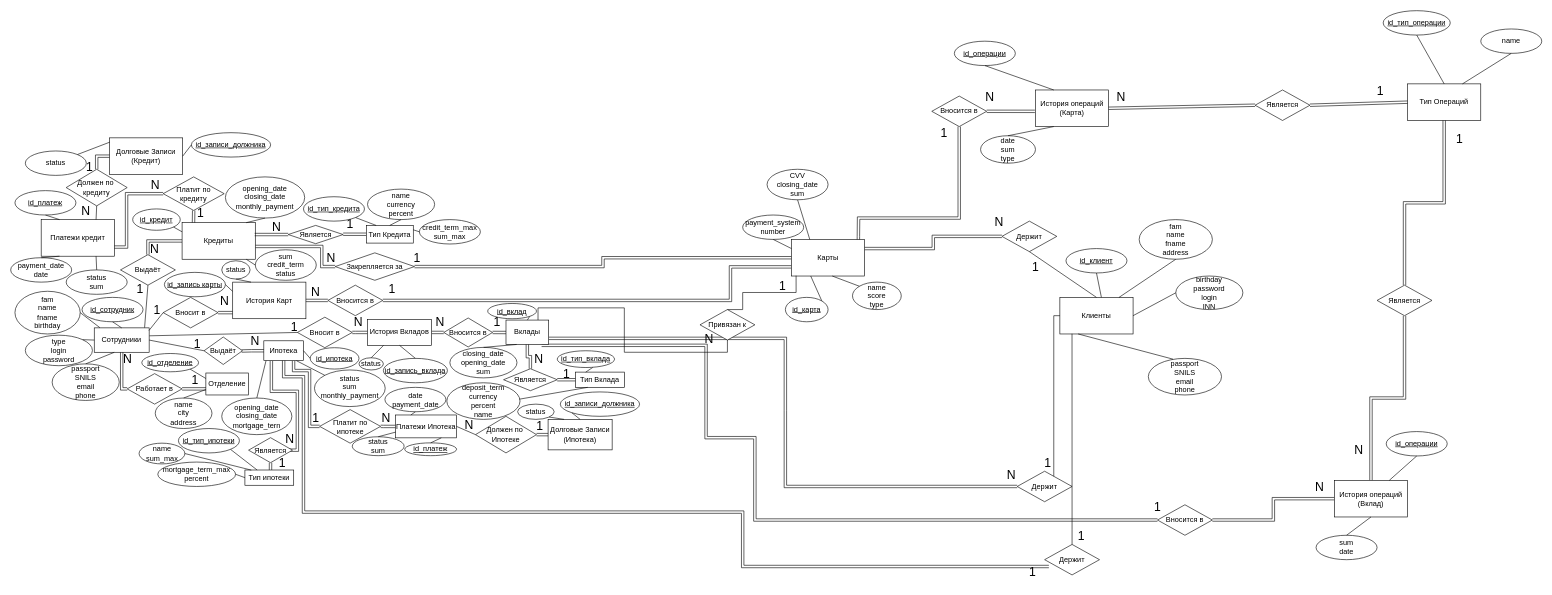
Before: Копия концептуальной с удалением внешних коючей.drawio in tssergeev/lflflflf, a draw.io diagram. Source tidied: cells renumbered, new cells numbered last; positions are measured from the earlier drawing's top-left corner, leaving out a move shared by most shapes. Both pictures are drawn from the tidied source at 61%, with x=0, y=0 at pixel (10, 10).
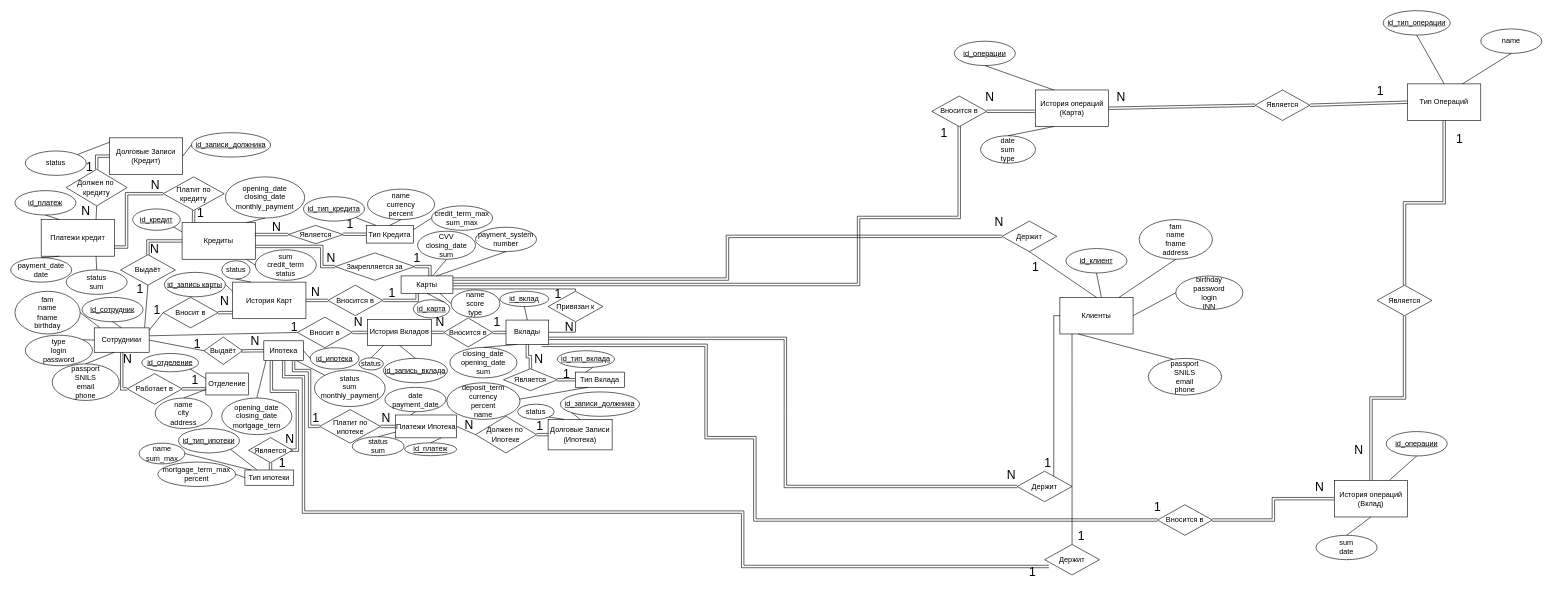
After the change.

The change refers to these unchanged cells:
```xml
<mxCell id="98" value="Вклады" style="rounded=0;whiteSpace=wrap;html=1;" parent="1" vertex="1">
  <mxGeometry x="812" y="507.2" width="70" height="40" as="geometry" />
</mxCell>
<mxCell id="117" value="Вносится в" style="rhombus;whiteSpace=wrap;html=1;" parent="1" vertex="1">
  <mxGeometry x="520" y="450" width="90" height="50" as="geometry" />
</mxCell>
<mxCell id="119" value="Закрепляется за" style="rhombus;whiteSpace=wrap;html=1;" parent="1" vertex="1">
  <mxGeometry x="532" y="397" width="130" height="45" as="geometry" />
</mxCell>
<mxCell id="132" value="Вносится в" style="rhombus;whiteSpace=wrap;html=1;" parent="1" vertex="1">
  <mxGeometry x="1510" y="140" width="90" height="50" as="geometry" />
</mxCell>
<mxCell id="142" value="Держит" style="rhombus;whiteSpace=wrap;html=1;" parent="1" vertex="1">
  <mxGeometry x="1625" y="345" width="90" height="50" as="geometry" />
</mxCell>
```

What changed in the source:
```diff
@@
     <mxCell id="41" value="credit_term_max&lt;br&gt;sum_max" style="ellipse;whiteSpace=wrap;html=1;" parent="1" vertex="1">
-      <mxGeometry x="670" y="342.5" width="100" height="40" as="geometry" />
+      <mxGeometry x="690" y="320" width="100" height="40" as="geometry" />
     </mxCell>
@@
-    <mxCell id="97" style="edgeStyle=orthogonalEdgeStyle;rounded=0;jettySize=auto;html=1;exitX=0.75;exitY=0;exitDx=0;exitDy=0;entryX=0.5;entryY=1;entryDx=0;entryDy=0;endArrow=none;endFill=0;" parent="1" edge="1" source="98" target="223">
-      <mxGeometry relative="1" as="geometry" />
+    <mxCell id="97" style="edgeStyle=orthogonalEdgeStyle;rounded=0;jettySize=auto;html=1;exitX=1;exitY=0.5;exitDx=0;exitDy=0;entryX=0.5;entryY=1;entryDx=0;entryDy=0;endArrow=none;endFill=0;" parent="1" edge="1" source="98" target="223">
+      <mxGeometry relative="1" as="geometry">
+        <Array as="points">
+          <mxPoint x="902" y="527" />
+          <mxPoint x="926" y="527" />
+        </Array>
+      </mxGeometry>
     </mxCell>
@@
     <mxCell id="100" value="&lt;u&gt;id_вклад&lt;/u&gt;" style="ellipse;whiteSpace=wrap;html=1;" parent="1" vertex="1">
-      <mxGeometry x="782" y="480" width="80" height="25" as="geometry" />
+      <mxGeometry x="802" y="460" width="80" height="25" as="geometry" />
     </mxCell>
@@
-    <mxCell id="102" style="endArrow=none;html=1;rounded=0;entryX=0.5;entryY=0;entryDx=0;entryDy=0;exitX=1;exitY=1;exitDx=0;exitDy=0;" parent="1" edge="1" source="100" target="98">
+    <mxCell id="102" style="endArrow=none;html=1;rounded=0;entryX=0.5;entryY=0;entryDx=0;entryDy=0;exitX=0.5;exitY=1;exitDx=0;exitDy=0;" parent="1" edge="1" source="100" target="98">
       <mxGeometry relative="1" as="geometry" />
     </mxCell>
@@
-    <mxCell id="116" style="edgeStyle=orthogonalEdgeStyle;rounded=0;jettySize=auto;html=1;exitX=1;exitY=0.5;exitDx=0;exitDy=0;entryX=0;entryY=0.75;entryDx=0;entryDy=0;shape=link;" parent="1" edge="1" source="117" target="120">
+    <mxCell id="116" style="edgeStyle=orthogonalEdgeStyle;rounded=0;jettySize=auto;html=1;exitX=1;exitY=0.5;exitDx=0;exitDy=0;entryX=0.31;entryY=0.984;entryDx=0;entryDy=0;shape=link;entryPerimeter=0;" parent="1" edge="1" source="117" target="120">
       <mxGeometry relative="1" as="geometry">
         <Array as="points">
-          <mxPoint x="1180" y="475" />
-          <mxPoint x="1180" y="420" />
+          <mxPoint x="666" y="475" />
         </Array>
       </mxGeometry>
     </mxCell>
@@
-    <mxCell id="118" style="edgeStyle=orthogonalEdgeStyle;rounded=0;jettySize=auto;html=1;entryX=0;entryY=0.5;entryDx=0;entryDy=0;shape=link;" parent="1" edge="1" source="119" target="120">
-      <mxGeometry relative="1" as="geometry" />
-    </mxCell>
@@
     <mxCell id="120" value="Карты" style="rounded=0;whiteSpace=wrap;html=1;" parent="1" vertex="1">
-      <mxGeometry x="1280" y="375" width="120" height="60" as="geometry" />
+      <mxGeometry x="640" y="434.8" width="85" height="28.5" as="geometry" />
     </mxCell>
     <mxCell id="121" value="&lt;font style=&quot;font-size: 20px;&quot;&gt;1&lt;/font&gt;" style="text;html=1;align=center;verticalAlign=middle;strokeColor=none;fillColor=none;" parent="1" vertex="1">
-      <mxGeometry x="610" y="435" width="30" height="40" as="geometry" />
+      <mxGeometry x="610" y="442" width="30" height="40" as="geometry" />
     </mxCell>
@@
+    <mxCell id="118" style="edgeStyle=orthogonalEdgeStyle;rounded=0;jettySize=auto;html=1;entryX=0.557;entryY=0.012;entryDx=0;entryDy=0;exitX=1;exitY=0.5;exitDx=0;exitDy=0;shape=link;entryPerimeter=0;" parent="1" edge="1" source="119" target="120">
+      <mxGeometry relative="1" as="geometry">
+        <Array as="points">
+          <mxPoint x="687" y="419" />
+        </Array>
+      </mxGeometry>
+    </mxCell>
@@
     <mxCell id="124" value="payment_system&lt;br&gt;number" style="ellipse;whiteSpace=wrap;html=1;" parent="1" vertex="1">
-      <mxGeometry x="1200" y="335" width="100" height="40" as="geometry" />
+      <mxGeometry x="762" y="355" width="100" height="40" as="geometry" />
     </mxCell>
     <mxCell id="125" value="CVV&lt;br&gt;closing_date&lt;br&gt;sum" style="ellipse;whiteSpace=wrap;html=1;" parent="1" vertex="1">
-      <mxGeometry x="1240" y="260" width="100" height="50" as="geometry" />
+      <mxGeometry x="667" y="361.5" width="95" height="46" as="geometry" />
     </mxCell>
     <mxCell id="126" value="name&lt;br&gt;score&lt;br&gt;type" style="ellipse;whiteSpace=wrap;html=1;" parent="1" vertex="1">
-      <mxGeometry x="1380" y="445" width="80" height="45" as="geometry" />
+      <mxGeometry x="722" y="457.8" width="80" height="45" as="geometry" />
     </mxCell>
-    <mxCell id="127" style="rounded=0;jettySize=auto;html=1;exitX=1;exitY=0;exitDx=0;exitDy=0;endArrow=none;endFill=0;entryX=0.263;entryY=1;entryDx=0;entryDy=0;entryPerimeter=0;" parent="1" edge="1" source="128" target="120">
+    <mxCell id="127" style="rounded=0;jettySize=auto;html=1;exitX=1;exitY=0;exitDx=0;exitDy=0;endArrow=none;endFill=0;entryX=0.5;entryY=1;entryDx=0;entryDy=0;" parent="1" edge="1" source="128" target="120">
       <mxGeometry relative="1" as="geometry" />
     </mxCell>
     <mxCell id="128" value="id_карта" style="ellipse;whiteSpace=wrap;html=1;fontStyle=4;" parent="1" vertex="1">
-      <mxGeometry x="1270" y="470" width="70" height="40" as="geometry" />
+      <mxGeometry x="660" y="473.8" width="60" height="30" as="geometry" />
     </mxCell>
-    <mxCell id="129" style="endArrow=none;html=1;rounded=0;entryX=0;entryY=0.25;entryDx=0;entryDy=0;exitX=0.5;exitY=1;exitDx=0;exitDy=0;" parent="1" edge="1" source="124" target="120">
+    <mxCell id="129" style="endArrow=none;html=1;rounded=0;entryX=0.673;entryY=0.016;entryDx=0;entryDy=0;exitX=0.5;exitY=1;exitDx=0;exitDy=0;entryPerimeter=0;" parent="1" edge="1" source="124" target="120">
       <mxGeometry relative="1" as="geometry" />
     </mxCell>
-    <mxCell id="130" style="endArrow=none;html=1;rounded=0;entryX=0.25;entryY=0;entryDx=0;entryDy=0;exitX=0.5;exitY=1;exitDx=0;exitDy=0;" parent="1" edge="1" source="125" target="120">
+    <mxCell id="130" style="endArrow=none;html=1;rounded=0;entryX=0.604;entryY=0.017;entryDx=0;entryDy=0;exitX=0.5;exitY=1;exitDx=0;exitDy=0;entryPerimeter=0;" parent="1" edge="1" source="125" target="120">
       <mxGeometry relative="1" as="geometry" />
     </mxCell>
-    <mxCell id="131" style="endArrow=none;html=1;rounded=0;exitX=0;exitY=0;exitDx=0;exitDy=0;entryX=0.558;entryY=1.001;entryDx=0;entryDy=0;entryPerimeter=0;" parent="1" edge="1" source="126" target="120">
+    <mxCell id="131" style="endArrow=none;html=1;rounded=0;exitX=0;exitY=0.5;exitDx=0;exitDy=0;entryX=0.75;entryY=1;entryDx=0;entryDy=0;" parent="1" edge="1" source="126" target="120">
       <mxGeometry relative="1" as="geometry" />
     </mxCell>
@@
-    <mxCell id="133" style="endArrow=none;html=1;rounded=0;entryX=0.5;entryY=1;entryDx=0;entryDy=0;shape=link;edgeStyle=orthogonalEdgeStyle;exitX=0.914;exitY=0.001;exitDx=0;exitDy=0;exitPerimeter=0;" parent="1" edge="1" source="120" target="132">
+    <mxCell id="133" style="endArrow=none;html=1;rounded=0;entryX=0.5;entryY=1;entryDx=0;entryDy=0;shape=link;edgeStyle=orthogonalEdgeStyle;exitX=1.001;exitY=0.533;exitDx=0;exitDy=0;exitPerimeter=0;" parent="1" edge="1">
       <mxGeometry relative="1" as="geometry">
+        <mxPoint x="725.1" y="448.9" as="sourcePoint" />
+        <mxPoint x="1555" y="189" as="targetPoint" />
         <Array as="points">
-          <mxPoint x="1390" y="370" />
-          <mxPoint x="1390" y="370" />
-          <mxPoint x="1390" y="340" />
-          <mxPoint x="1555" y="340" />
+          <mxPoint x="1390" y="449" />
+          <mxPoint x="1390" y="339" />
+          <mxPoint x="1555" y="339" />
         </Array>
       </mxGeometry>
     </mxCell>
@@
-    <mxCell id="144" style="endArrow=none;html=1;rounded=0;entryX=0;entryY=0.5;entryDx=0;entryDy=0;exitX=1;exitY=0.25;exitDx=0;exitDy=0;shape=link;edgeStyle=orthogonalEdgeStyle;" parent="1" edge="1" source="120" target="142">
-      <mxGeometry relative="1" as="geometry" />
+    <mxCell id="144" style="endArrow=none;html=1;rounded=0;entryX=0;entryY=0.5;entryDx=0;entryDy=0;shape=link;edgeStyle=orthogonalEdgeStyle;" parent="1" edge="1" target="142">
+      <mxGeometry relative="1" as="geometry">
+        <mxPoint x="725" y="440" as="sourcePoint" />
+        <Array as="points">
+          <mxPoint x="725" y="440" />
+          <mxPoint x="1175" y="440" />
+          <mxPoint x="1175" y="370" />
+        </Array>
+      </mxGeometry>
     </mxCell>
@@
+    <mxCell id="224" style="edgeStyle=orthogonalEdgeStyle;rounded=0;jettySize=auto;html=1;entryX=1;entryY=0.75;entryDx=0;entryDy=0;endArrow=none;endFill=0;" parent="1" edge="1" source="223" target="120">
+      <mxGeometry relative="1" as="geometry">
+        <Array as="points">
+          <mxPoint x="926" y="456" />
+        </Array>
+      </mxGeometry>
+    </mxCell>
     <mxCell id="223" value="Привязан к" style="rhombus;whiteSpace=wrap;html=1;" parent="1" vertex="1">
-      <mxGeometry x="1130" y="490" width="90" height="50" as="geometry" />
+      <mxGeometry x="881" y="460" width="90" height="50" as="geometry" />
     </mxCell>
-    <mxCell id="224" style="edgeStyle=orthogonalEdgeStyle;rounded=0;jettySize=auto;html=1;exitX=0.5;exitY=0;exitDx=0;exitDy=0;entryX=0.063;entryY=0.991;entryDx=0;entryDy=0;entryPerimeter=0;endArrow=none;endFill=0;" parent="1" edge="1" source="223" target="120">
-      <mxGeometry relative="1" as="geometry">
-        <Array as="points">
-          <mxPoint x="1200" y="490" />
-          <mxPoint x="1200" y="462" />
-          <mxPoint x="1288" y="462" />
-        </Array>
-      </mxGeometry>
-    </mxCell>
     <mxCell id="225" value="&lt;font style=&quot;font-size: 20px;&quot;&gt;1&lt;/font&gt;" style="text;html=1;align=center;verticalAlign=middle;strokeColor=none;fillColor=none;" parent="1" vertex="1">
-      <mxGeometry x="1250" y="430" width="30" height="40" as="geometry" />
+      <mxGeometry x="882" y="442.5" width="30" height="40" as="geometry" />
     </mxCell>
@@
     <mxCell id="232" value="N" style="text;html=1;align=center;verticalAlign=middle;whiteSpace=wrap;rounded=0;fontSize=20;" parent="1" vertex="1">
-      <mxGeometry x="1120" y="522.5" width="50" height="30" as="geometry" />
+      <mxGeometry x="891" y="502" width="50" height="30" as="geometry" />
     </mxCell>
```
